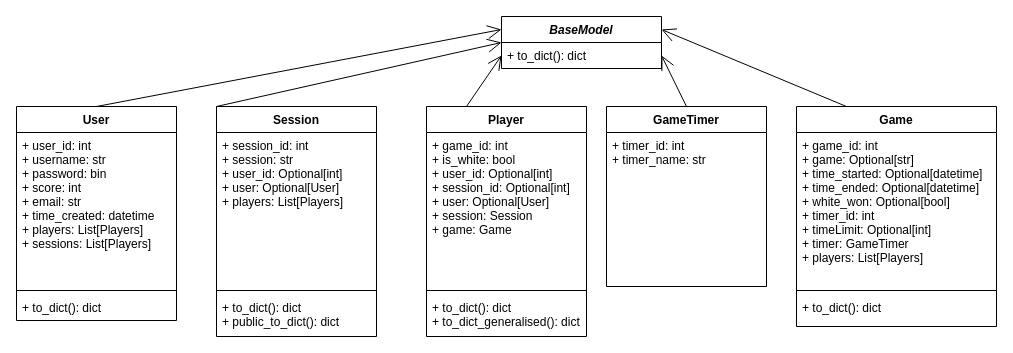
Before: public/nea/Models-Diagram.drawio in Ultrasonic1209/chess-app-frontend, a draw.io diagram. Source tidied: cells renumbered, new cells numbered last; positions are measured from the earlier drawing's top-left corner, leaving out a move shared by most shapes. Both pictures are drawn from the tidied source at 100%, with x=0, y=0 at pixel (16, 16).
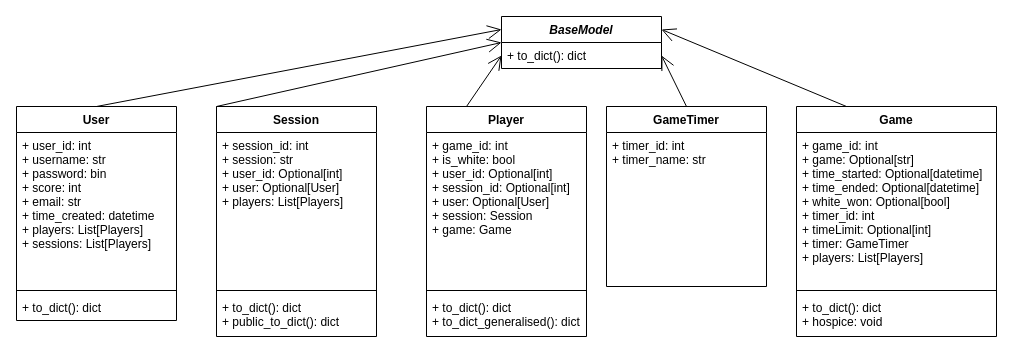
After the change.

The edit, as a diff of the source:
```diff
@@
     <mxCell id="22" value="Game" style="swimlane;fontStyle=1;align=center;verticalAlign=top;horizontal=1;startSize=26;" parent="1" vertex="1">
-      <mxGeometry x="780" y="90" width="200" height="220" as="geometry" />
+      <mxGeometry x="780" y="90" width="200" height="230" as="geometry" />
     </mxCell>
@@
-    <mxCell id="25" value="+ to_dict(): dict" style="text;strokeColor=none;fillColor=none;align=left;verticalAlign=top;spacingLeft=4;spacingRight=4;overflow=hidden;" parent="22" vertex="1">
-      <mxGeometry y="188" width="200" height="32" as="geometry" />
+    <mxCell id="25" value="+ to_dict(): dict&#10;+ hospice: void" style="text;strokeColor=none;fillColor=none;align=left;verticalAlign=top;spacingLeft=4;spacingRight=4;overflow=hidden;" parent="22" vertex="1">
+      <mxGeometry y="188" width="200" height="42" as="geometry" />
     </mxCell>
```
